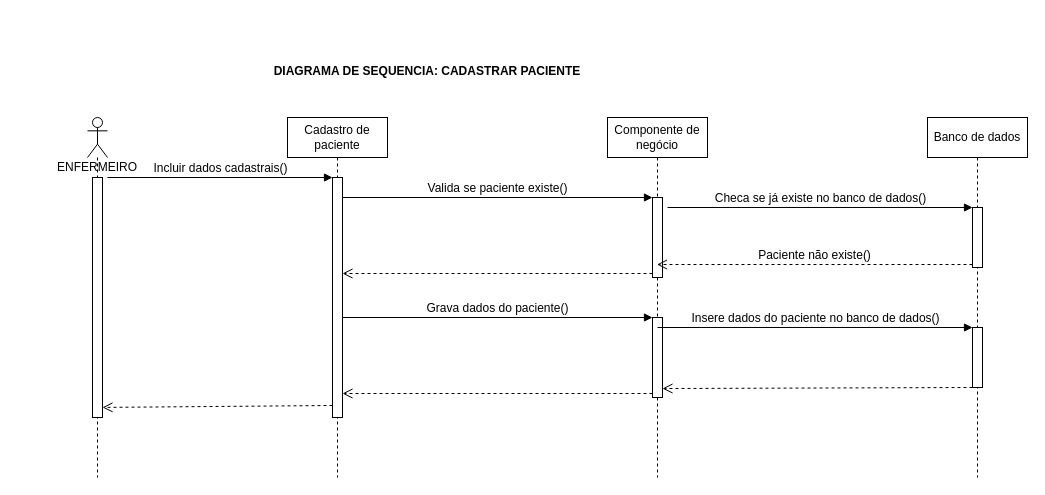
Before: page "Page-2" (2 of 6) of Untitled Diagram.drawio in FranciscoAntonioGuilherme/inicioReact, a draw.io diagram. Source tidied: cells renumbered, new cells numbered last; positions are measured from the earlier drawing's top-left corner, leaving out a move shared by most shapes. Both pictures are drawn from the tidied source at 100%, with x=0, y=0 at pixel (17, 57).
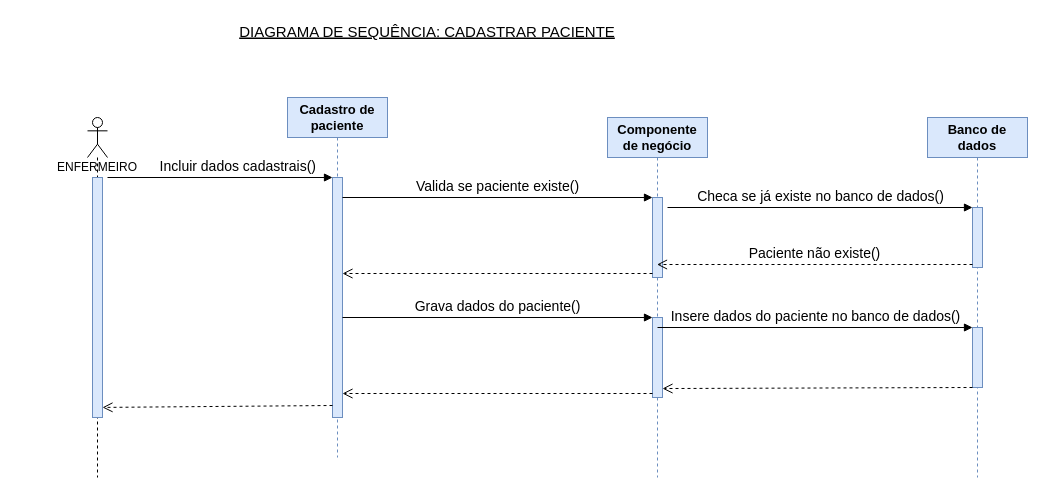
The same page after the edit.

The change refers to these unchanged cells:
```xml
<mxCell id="3" value="&lt;div&gt;&lt;span&gt;ENFERMEIRO&lt;/span&gt;&lt;/div&gt;" style="shape=umlLifeline;participant=umlActor;perimeter=lifelinePerimeter;whiteSpace=wrap;html=1;verticalAlign=top;spacingTop=36;fontSize=12;align=center;" parent="1" vertex="1">
  <mxGeometry x="70" y="60" width="20" height="360" as="geometry" />
</mxCell>
```

The edit, as a diff of the source:
```diff
@@
-    <mxCell id="2" value="DIAGRAMA DE SEQUENCIA: CADASTRAR PACIENTE" style="text;align=center;fontStyle=1;verticalAlign=middle;spacingLeft=3;spacingRight=3;strokeColor=none;fontSize=12;" parent="1" vertex="1">
-      <mxGeometry width="820" height="26" as="geometry" />
+    <mxCell id="2" value="DIAGRAMA DE SEQUÊNCIA: CADASTRAR PACIENTE" style="text;align=center;fontStyle=4;verticalAlign=middle;spacingLeft=3;spacingRight=3;strokeColor=none;fontSize=15;" parent="1" vertex="1">
+      <mxGeometry y="-40" width="820" height="26" as="geometry" />
     </mxCell>
@@
-    <mxCell id="4" style="html=1;points=[];perimeter=orthogonalPerimeter;fontSize=12;align=center;" parent="3" vertex="1">
+    <mxCell id="4" style="html=1;points=[];perimeter=orthogonalPerimeter;fontSize=12;align=center;fillColor=#dae8fc;strokeColor=#6c8ebf;" parent="3" vertex="1">
       <mxGeometry x="5" y="60" width="10" height="240" as="geometry" />
     </mxCell>
-    <mxCell id="5" value="Cadastro de paciente" style="shape=umlLifeline;perimeter=lifelinePerimeter;whiteSpace=wrap;html=1;fontSize=12;align=center;" parent="1" vertex="1">
-      <mxGeometry x="270" y="60" width="100" height="360" as="geometry" />
+    <mxCell id="5" value="Cadastro de paciente" style="shape=umlLifeline;perimeter=lifelinePerimeter;whiteSpace=wrap;html=1;fontSize=13;align=center;fillColor=#dae8fc;strokeColor=#6c8ebf;fontStyle=1;" parent="1" vertex="1">
+      <mxGeometry x="270" y="40" width="100" height="360" as="geometry" />
     </mxCell>
-    <mxCell id="6" value="Componente de negócio" style="shape=umlLifeline;perimeter=lifelinePerimeter;whiteSpace=wrap;html=1;outlineConnect=0;fontSize=12;align=center;" parent="1" vertex="1">
+    <mxCell id="6" value="Componente de negócio" style="shape=umlLifeline;perimeter=lifelinePerimeter;whiteSpace=wrap;html=1;outlineConnect=0;fontSize=13;align=center;fillColor=#dae8fc;strokeColor=#6c8ebf;fontStyle=1;" parent="1" vertex="1">
       <mxGeometry x="590" y="60" width="100" height="360" as="geometry" />
     </mxCell>
-    <mxCell id="7" style="html=1;points=[];perimeter=orthogonalPerimeter;fontSize=12;align=center;" parent="6" vertex="1">
+    <mxCell id="7" style="html=1;points=[];perimeter=orthogonalPerimeter;fontSize=12;align=center;fillColor=#dae8fc;strokeColor=#6c8ebf;" parent="6" vertex="1">
       <mxGeometry x="45" y="80" width="10" height="80" as="geometry" />
     </mxCell>
-    <mxCell id="8" style="html=1;points=[];perimeter=orthogonalPerimeter;fontSize=12;align=center;" parent="6" vertex="1">
+    <mxCell id="8" style="html=1;points=[];perimeter=orthogonalPerimeter;fontSize=12;align=center;fillColor=#dae8fc;strokeColor=#6c8ebf;" parent="6" vertex="1">
       <mxGeometry x="45" y="200" width="10" height="80" as="geometry" />
     </mxCell>
-    <mxCell id="9" value="Banco de dados" style="shape=umlLifeline;perimeter=lifelinePerimeter;whiteSpace=wrap;html=1;fontSize=12;align=center;" parent="1" vertex="1">
+    <mxCell id="9" value="Banco de dados" style="shape=umlLifeline;perimeter=lifelinePerimeter;whiteSpace=wrap;html=1;fontSize=13;align=center;fillColor=#dae8fc;strokeColor=#6c8ebf;fontStyle=1;" parent="1" vertex="1">
       <mxGeometry x="910" y="60" width="100" height="360" as="geometry" />
     </mxCell>
-    <mxCell id="10" style="html=1;points=[];perimeter=orthogonalPerimeter;fontSize=12;align=center;" parent="9" vertex="1">
+    <mxCell id="10" style="html=1;points=[];perimeter=orthogonalPerimeter;fontSize=12;align=center;fillColor=#dae8fc;strokeColor=#6c8ebf;" parent="9" vertex="1">
       <mxGeometry x="45" y="90" width="10" height="60" as="geometry" />
     </mxCell>
-    <mxCell id="11" style="html=1;points=[];perimeter=orthogonalPerimeter;fontSize=12;align=center;" parent="9" vertex="1">
+    <mxCell id="11" style="html=1;points=[];perimeter=orthogonalPerimeter;fontSize=12;align=center;fillColor=#dae8fc;strokeColor=#6c8ebf;" parent="9" vertex="1">
       <mxGeometry x="45" y="210" width="10" height="60" as="geometry" />
     </mxCell>
-    <mxCell id="12" style="html=1;points=[];perimeter=orthogonalPerimeter;fontSize=12;align=center;" parent="1" vertex="1">
+    <mxCell id="12" style="html=1;points=[];perimeter=orthogonalPerimeter;fontSize=12;align=center;fillColor=#dae8fc;strokeColor=#6c8ebf;" parent="1" vertex="1">
       <mxGeometry x="315" y="120" width="10" height="240" as="geometry" />
     </mxCell>
-    <mxCell id="13" value="Incluir dados cadastrais()" style="html=1;verticalAlign=bottom;endArrow=block;entryX=0;entryY=0;strokeColor=#000000;strokeWidth=1;fontSize=12;" parent="1" edge="1" target="12">
-      <mxGeometry relative="1" as="geometry">
+    <mxCell id="13" value="Incluir dados cadastrais()" style="html=1;verticalAlign=bottom;endArrow=block;entryX=0;entryY=0;strokeColor=#000000;strokeWidth=1;fontSize=14;align=right;labelPosition=left;verticalLabelPosition=top;" parent="1" edge="1" target="12">
+      <mxGeometry x="0.87" relative="1" as="geometry">
         <mxPoint x="90" y="120" as="sourcePoint" />
       </mxGeometry>
     </mxCell>
@@
-    <mxCell id="15" value="Valida se paciente existe()" style="html=1;verticalAlign=bottom;endArrow=block;entryX=0;entryY=0;strokeColor=#000000;strokeWidth=1;fontSize=12;" parent="1" edge="1" target="7">
+    <mxCell id="15" value="Valida se paciente existe()" style="html=1;verticalAlign=bottom;endArrow=block;entryX=0;entryY=0;strokeColor=#000000;strokeWidth=1;fontSize=14;" parent="1" edge="1" target="7">
       <mxGeometry relative="1" as="geometry">
         <mxPoint x="325" y="140" as="sourcePoint" />
       </mxGeometry>
     </mxCell>
@@
-    <mxCell id="17" value="Checa se já existe no banco de dados()" style="html=1;verticalAlign=bottom;endArrow=block;entryX=0;entryY=0;strokeColor=#000000;strokeWidth=1;fontSize=12;" parent="1" edge="1" target="10">
+    <mxCell id="17" value="Checa se já existe no banco de dados()" style="html=1;verticalAlign=bottom;endArrow=block;entryX=0;entryY=0;strokeColor=#000000;strokeWidth=1;fontSize=14;" parent="1" edge="1" target="10">
       <mxGeometry relative="1" as="geometry">
         <mxPoint x="650" y="150" as="sourcePoint" />
       </mxGeometry>
     </mxCell>
-    <mxCell id="18" value="Paciente não existe()" style="html=1;verticalAlign=bottom;endArrow=open;dashed=1;endSize=8;exitX=0;exitY=0.95;strokeColor=#000000;strokeWidth=1;fontSize=12;" parent="1" edge="1" source="10" target="6">
+    <mxCell id="18" value="Paciente não existe()" style="html=1;verticalAlign=bottom;endArrow=open;dashed=1;endSize=8;exitX=0;exitY=0.95;strokeColor=#000000;strokeWidth=1;fontSize=14;" parent="1" edge="1" source="10" target="6">
       <mxGeometry relative="1" as="geometry" />
     </mxCell>
-    <mxCell id="19" value="Grava dados do paciente()" style="html=1;verticalAlign=bottom;endArrow=block;entryX=0;entryY=0;strokeColor=#000000;strokeWidth=1;fontSize=12;" parent="1" edge="1" target="8">
+    <mxCell id="19" value="Grava dados do paciente()" style="html=1;verticalAlign=bottom;endArrow=block;entryX=0;entryY=0;strokeColor=#000000;strokeWidth=1;fontSize=14;" parent="1" edge="1" target="8">
       <mxGeometry relative="1" as="geometry">
         <mxPoint x="325" y="260" as="sourcePoint" />
       </mxGeometry>
     </mxCell>
@@
-    <mxCell id="21" value="Insere dados do paciente no banco de dados()" style="html=1;verticalAlign=bottom;endArrow=block;entryX=0;entryY=0;strokeColor=#000000;strokeWidth=1;fontSize=12;" parent="1" edge="1" target="11">
+    <mxCell id="21" value="Insere dados do paciente no banco de dados()" style="html=1;verticalAlign=bottom;endArrow=block;entryX=0;entryY=0;strokeColor=#000000;strokeWidth=1;fontSize=14;" parent="1" edge="1" target="11">
       <mxGeometry relative="1" as="geometry">
         <mxPoint x="640" y="270" as="sourcePoint" />
       </mxGeometry>
     </mxCell>
```
